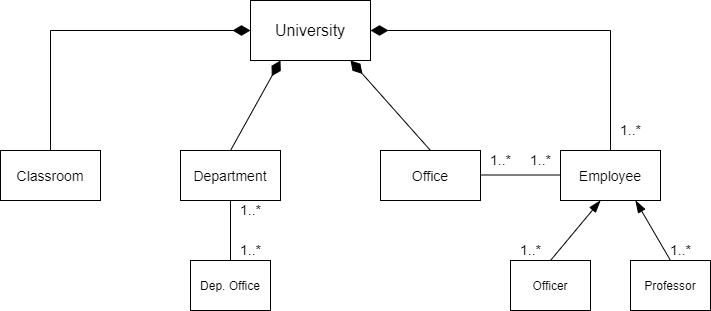
Above: Universite_Yonetim_Sistemi.drawio.png in AlpKarar/Universite-Yonetim-Sistemi (draw.io), before the change. Source tidied: cells renumbered, new cells last; positions are measured from the earlier drawing's top-left corner, leaving out a move shared by most shapes.
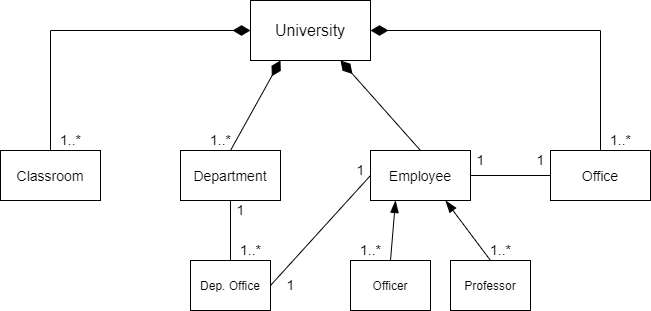
Above is the later version.

Change to the diagram source:
```diff
@@ -15,18 +15,13 @@
     <mxCell id="4" style="endArrow=diamondThin;html=1;rounded=0;fontSize=16;startSize=6;endSize=15;entryX=0.25;entryY=1;entryDx=0;entryDy=0;endFill=1;exitX=0.5;exitY=0;exitDx=0;exitDy=0;" parent="1" edge="1" source="8" target="2">
       <mxGeometry relative="1" as="geometry" />
     </mxCell>
-    <mxCell id="5" style="endArrow=diamondThin;html=1;rounded=0;fontSize=16;startSize=6;endSize=15;entryX=0.25;entryY=1;entryDx=0;entryDy=0;endFill=1;exitX=0.5;exitY=0;exitDx=0;exitDy=0;" parent="1" edge="1" source="9">
+    <mxCell id="5" style="endArrow=diamondThin;html=1;rounded=0;fontSize=16;startSize=6;endSize=15;endFill=1;exitX=0.5;exitY=0;exitDx=0;exitDy=0;entryX=1;entryY=0.5;entryDx=0;entryDy=0;" parent="1" edge="1" source="9" target="2">
       <mxGeometry relative="1" as="geometry">
-        <mxPoint x="350" y="60" as="targetPoint" />
+        <Array as="points">
+          <mxPoint x="600" y="30" />
+        </Array>
       </mxGeometry>
     </mxCell>
-    <mxCell id="6" style="endArrow=diamondThin;html=1;rounded=0;fontSize=16;startSize=6;endSize=15;entryX=1;entryY=0.5;entryDx=0;entryDy=0;endFill=1;exitX=0.5;exitY=0;exitDx=0;exitDy=0;" parent="1" edge="1" source="10" target="2">
-      <mxGeometry relative="1" as="geometry">
-        <Array as="points">
-          <mxPoint x="610" y="30" />
-        </Array>
-      </mxGeometry>
-    </mxCell>
     <mxCell id="7" value="&lt;span style=&quot;font-size: 14px&quot;&gt;Classroom&lt;/span&gt;" style="rounded=0;whiteSpace=wrap;html=1;fontSize=16;" parent="1" vertex="1">
       <mxGeometry y="150" width="100" height="50" as="geometry" />
     </mxCell>
@@ -34,45 +29,40 @@
       <mxGeometry x="180" y="150" width="100" height="50" as="geometry" />
     </mxCell>
     <mxCell id="9" value="&lt;font style=&quot;font-size: 14px&quot;&gt;Office&lt;/font&gt;" style="rounded=0;whiteSpace=wrap;html=1;fontSize=16;" parent="1" vertex="1">
-      <mxGeometry x="380" y="150" width="100" height="50" as="geometry" />
+      <mxGeometry x="550" y="150" width="100" height="50" as="geometry" />
     </mxCell>
     <mxCell id="10" value="&lt;font style=&quot;font-size: 14px&quot;&gt;Employee&lt;/font&gt;" style="rounded=0;whiteSpace=wrap;html=1;fontSize=16;" parent="1" vertex="1">
-      <mxGeometry x="560" y="150" width="100" height="50" as="geometry" />
+      <mxGeometry x="370" y="150" width="100" height="50" as="geometry" />
     </mxCell>
     <mxCell id="11" value="&lt;font style=&quot;font-size: 12px&quot;&gt;Officer&lt;/font&gt;" style="rounded=0;whiteSpace=wrap;html=1;fontSize=14;" parent="1" vertex="1">
-      <mxGeometry x="510" y="260" width="80" height="50" as="geometry" />
+      <mxGeometry x="350" y="260" width="80" height="50" as="geometry" />
     </mxCell>
     <mxCell id="12" value="&lt;font style=&quot;font-size: 12px&quot;&gt;Professor&lt;/font&gt;" style="rounded=0;whiteSpace=wrap;html=1;fontSize=14;" parent="1" vertex="1">
-      <mxGeometry x="630" y="260" width="80" height="50" as="geometry" />
+      <mxGeometry x="450" y="260" width="80" height="50" as="geometry" />
     </mxCell>
-    <mxCell id="13" style="endArrow=blockThin;html=1;rounded=0;fontSize=12;exitX=0.5;exitY=0;exitDx=0;exitDy=0;sourcePerimeterSpacing=6;endFill=1;endSize=10;" parent="1" edge="1" source="11">
-      <mxGeometry relative="1" as="geometry">
-        <mxPoint x="600" y="200" as="targetPoint" />
-      </mxGeometry>
+    <mxCell id="13" style="endArrow=blockThin;html=1;rounded=0;fontSize=12;exitX=0.5;exitY=0;exitDx=0;exitDy=0;sourcePerimeterSpacing=6;endFill=1;endSize=10;entryX=0.25;entryY=1;entryDx=0;entryDy=0;" parent="1" edge="1" source="11" target="10">
+      <mxGeometry relative="1" as="geometry" />
     </mxCell>
     <mxCell id="14" style="endArrow=blockThin;html=1;rounded=0;fontSize=12;startSize=6;endSize=10;exitX=0.5;exitY=0;exitDx=0;exitDy=0;entryX=0.75;entryY=1;entryDx=0;entryDy=0;endFill=1;" parent="1" edge="1" source="12" target="10">
       <mxGeometry relative="1" as="geometry" />
     </mxCell>
-    <mxCell id="15" style="endArrow=none;html=1;rounded=0;fontSize=12;startSize=6;endSize=15;" parent="1" edge="1">
-      <mxGeometry relative="1" as="geometry">
-        <mxPoint x="480" y="174.5" as="sourcePoint" />
-        <mxPoint x="560" y="174.5" as="targetPoint" />
-      </mxGeometry>
+    <mxCell id="15" style="endArrow=none;html=1;rounded=0;fontSize=12;startSize=6;endSize=15;entryX=0;entryY=0.5;entryDx=0;entryDy=0;exitX=1;exitY=0.5;exitDx=0;exitDy=0;" parent="1" edge="1" source="10" target="9">
+      <mxGeometry relative="1" as="geometry" />
     </mxCell>
-    <mxCell id="16" value="&lt;font style=&quot;font-size: 14px&quot;&gt;1..*&lt;/font&gt;" style="text;html=1;align=center;verticalAlign=middle;strokeColor=none;fillColor=none;fontSize=12;" parent="1" vertex="1">
-      <mxGeometry x="480" y="150" width="40" height="20" as="geometry" />
+    <mxCell id="16" value="&lt;font style=&quot;font-size: 14px&quot;&gt;1&lt;/font&gt;" style="text;html=1;align=center;verticalAlign=middle;strokeColor=none;fillColor=none;fontSize=12;" parent="1" vertex="1">
+      <mxGeometry x="470" y="150" width="20" height="20" as="geometry" />
     </mxCell>
-    <mxCell id="17" value="&lt;font style=&quot;font-size: 14px&quot;&gt;1..*&lt;/font&gt;" style="text;html=1;align=center;verticalAlign=middle;strokeColor=none;fillColor=none;fontSize=12;" parent="1" vertex="1">
-      <mxGeometry x="520" y="150" width="40" height="20" as="geometry" />
+    <mxCell id="17" value="&lt;font style=&quot;font-size: 14px&quot;&gt;1&lt;/font&gt;" style="text;html=1;align=center;verticalAlign=middle;strokeColor=none;fillColor=none;fontSize=12;" parent="1" vertex="1">
+      <mxGeometry x="530" y="150" width="20" height="20" as="geometry" />
     </mxCell>
     <mxCell id="18" value="&lt;font style=&quot;font-size: 14px&quot;&gt;1..*&lt;/font&gt;" style="text;html=1;align=center;verticalAlign=middle;strokeColor=none;fillColor=none;fontSize=12;" parent="1" vertex="1">
-      <mxGeometry x="610" y="120" width="40" height="20" as="geometry" />
+      <mxGeometry x="600" y="130" width="40" height="20" as="geometry" />
     </mxCell>
     <mxCell id="19" value="&lt;font style=&quot;font-size: 14px&quot;&gt;1..*&lt;/font&gt;" style="text;html=1;align=center;verticalAlign=middle;strokeColor=none;fillColor=none;fontSize=12;" parent="1" vertex="1">
-      <mxGeometry x="510" y="240" width="40" height="20" as="geometry" />
+      <mxGeometry x="350" y="240" width="40" height="20" as="geometry" />
     </mxCell>
     <mxCell id="20" value="&lt;font style=&quot;font-size: 14px&quot;&gt;1..*&lt;/font&gt;" style="text;html=1;align=center;verticalAlign=middle;strokeColor=none;fillColor=none;fontSize=12;" parent="1" vertex="1">
-      <mxGeometry x="660" y="240" width="40" height="20" as="geometry" />
+      <mxGeometry x="480" y="240" width="40" height="20" as="geometry" />
     </mxCell>
     <mxCell id="21" style="endArrow=none;html=1;rounded=0;fontSize=14;startSize=6;endSize=15;exitX=0.5;exitY=0;exitDx=0;exitDy=0;" parent="1" edge="1" source="22">
       <mxGeometry relative="1" as="geometry">
@@ -85,8 +75,26 @@
     <mxCell id="23" value="&lt;font style=&quot;font-size: 14px&quot;&gt;1..*&lt;/font&gt;" style="text;html=1;align=center;verticalAlign=middle;strokeColor=none;fillColor=none;fontSize=12;" parent="1" vertex="1">
       <mxGeometry x="230" y="240" width="40" height="20" as="geometry" />
     </mxCell>
-    <mxCell id="24" value="&lt;font style=&quot;font-size: 14px&quot;&gt;1..*&lt;/font&gt;" style="text;html=1;align=center;verticalAlign=middle;strokeColor=none;fillColor=none;fontSize=12;" parent="1" vertex="1">
-      <mxGeometry x="230" y="200" width="40" height="20" as="geometry" />
+    <mxCell id="24" value="&lt;font style=&quot;font-size: 14px&quot;&gt;1&lt;/font&gt;" style="text;html=1;align=center;verticalAlign=middle;strokeColor=none;fillColor=none;fontSize=12;" parent="1" vertex="1">
+      <mxGeometry x="230" y="200" width="20" height="20" as="geometry" />
     </mxCell>
+    <mxCell id="6" style="endArrow=diamondThin;html=1;rounded=0;fontSize=12;endSize=15;sourcePerimeterSpacing=6;entryX=0.75;entryY=1;entryDx=0;entryDy=0;exitX=0.5;exitY=0;exitDx=0;exitDy=0;endFill=1;" parent="1" edge="1" source="10" target="2">
+      <mxGeometry relative="1" as="geometry" />
+    </mxCell>
+    <mxCell id="25" style="endArrow=none;html=1;rounded=0;fontSize=12;endSize=10;sourcePerimeterSpacing=6;entryX=0;entryY=0.5;entryDx=0;entryDy=0;exitX=1;exitY=0.5;exitDx=0;exitDy=0;" parent="1" edge="1" source="22" target="10">
+      <mxGeometry relative="1" as="geometry" />
+    </mxCell>
+    <mxCell id="26" value="&lt;font style=&quot;font-size: 14px&quot;&gt;1&lt;/font&gt;" style="text;html=1;align=center;verticalAlign=middle;strokeColor=none;fillColor=none;fontSize=12;" parent="1" vertex="1">
+      <mxGeometry x="350" y="160" width="20" height="20" as="geometry" />
+    </mxCell>
+    <mxCell id="27" value="&lt;font style=&quot;font-size: 14px&quot;&gt;1&lt;/font&gt;" style="text;html=1;align=center;verticalAlign=middle;strokeColor=none;fillColor=none;fontSize=12;" parent="1" vertex="1">
+      <mxGeometry x="280" y="275" width="20" height="20" as="geometry" />
+    </mxCell>
+    <mxCell id="28" value="&lt;font style=&quot;font-size: 14px&quot;&gt;1..*&lt;/font&gt;" style="text;html=1;align=center;verticalAlign=middle;strokeColor=none;fillColor=none;fontSize=12;" parent="1" vertex="1">
+      <mxGeometry x="50" y="130" width="40" height="20" as="geometry" />
+    </mxCell>
+    <mxCell id="29" value="&lt;font style=&quot;font-size: 14px&quot;&gt;1..*&lt;/font&gt;" style="text;html=1;align=center;verticalAlign=middle;strokeColor=none;fillColor=none;fontSize=12;" parent="1" vertex="1">
+      <mxGeometry x="200" y="130" width="40" height="20" as="geometry" />
+    </mxCell>
   </root>
 </mxGraphModel>
```
